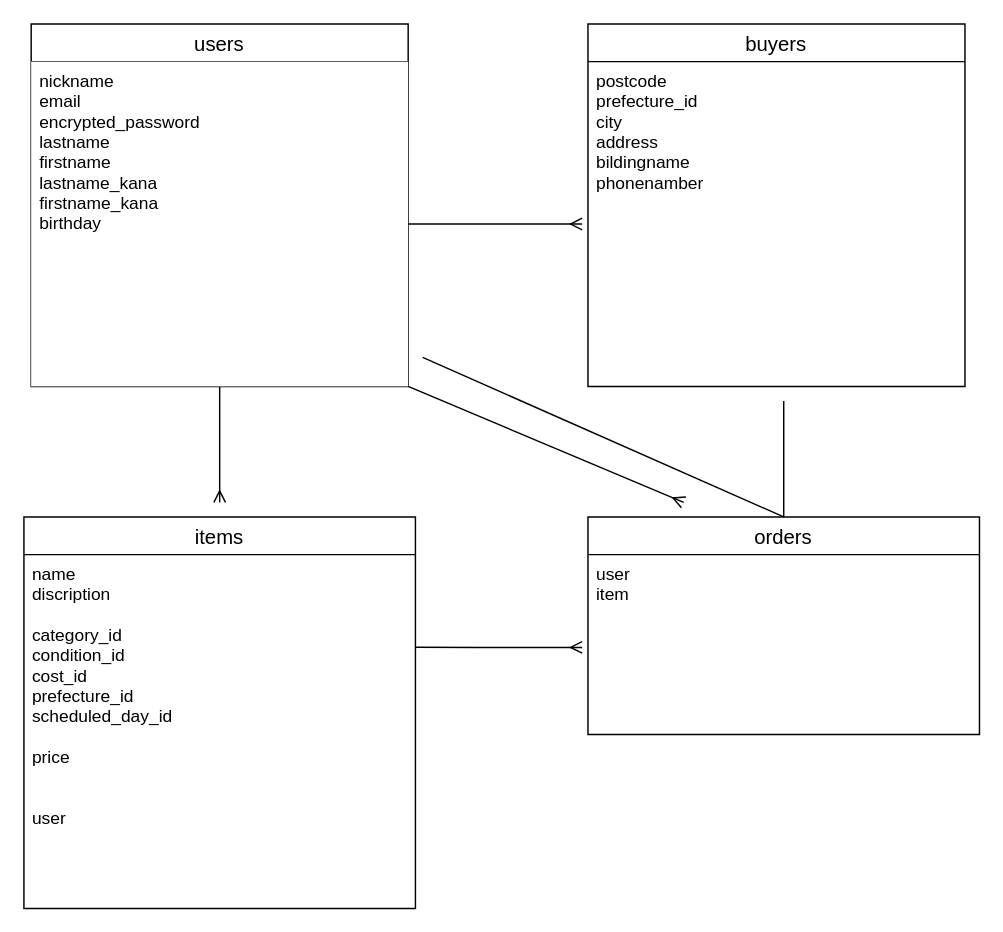
This is app/views/test.dio from miyoon17/furima-40098, a draw.io file, before an edit. Source tidied: cells renumbered, new cells numbered last; positions are measured from the earlier drawing's top-left corner, leaving out a move shared by most shapes. Both pictures are drawn from the tidied source at 145%, with x=0, y=0 at pixel (23, 23).
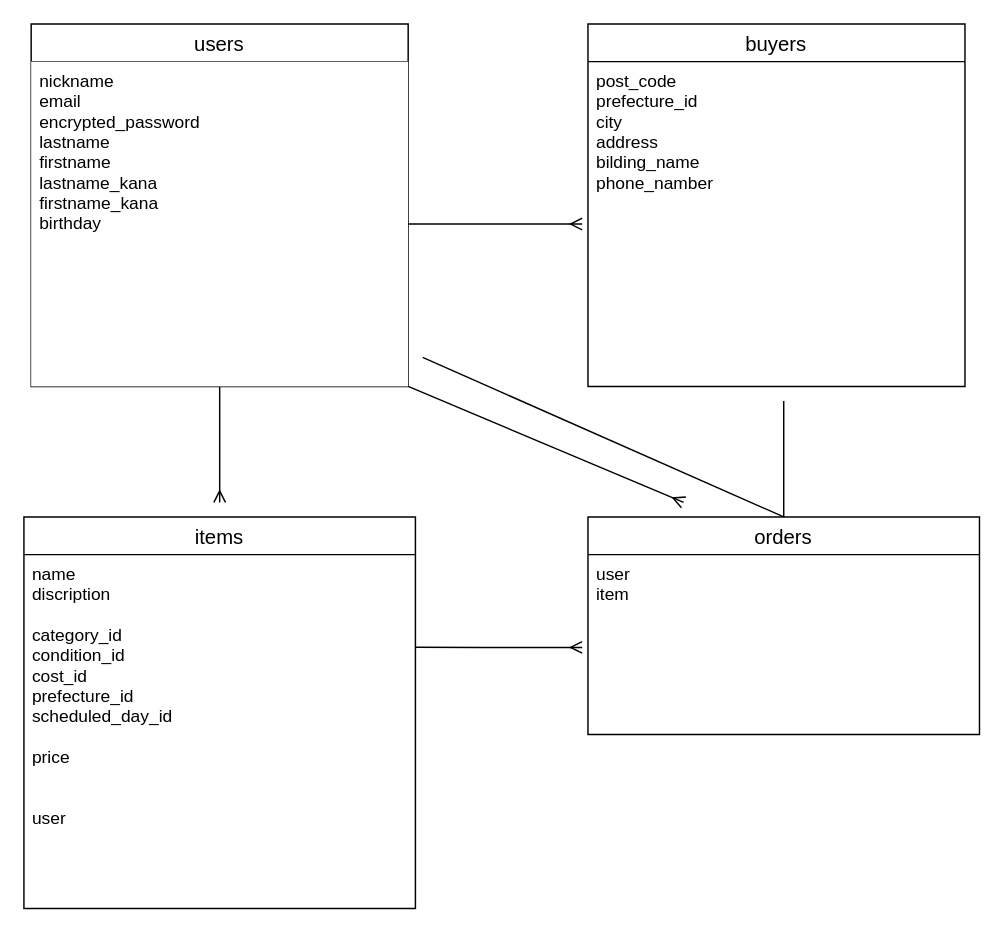
Above is the later version.

The change refers to these unchanged cells:
```xml
<mxCell id="8" value="buyers" style="swimlane;fontStyle=0;horizontal=1;startSize=26;align=center;fontSize=14;fillColor=default;" parent="1" vertex="1">
  <mxGeometry x="389" width="260" height="250" as="geometry" />
</mxCell>
```

Diff of the diagram source:
```diff
@@
-    <mxCell id="9" value="postcode&#10;prefecture_id&#10;city&#10;address&#10;bildingname&#10;phonenamber&#10;" style="text;strokeColor=none;fillColor=none;spacingLeft=4;spacingRight=4;overflow=hidden;fontSize=12;" parent="8" vertex="1">
+    <mxCell id="9" value="post_code&#10;prefecture_id&#10;city&#10;address&#10;bilding_name&#10;phone_namber&#10;" style="text;strokeColor=none;fillColor=none;spacingLeft=4;spacingRight=4;overflow=hidden;fontSize=12;" parent="8" vertex="1">
       <mxGeometry y="26" width="260" height="224" as="geometry" />
     </mxCell>
```
